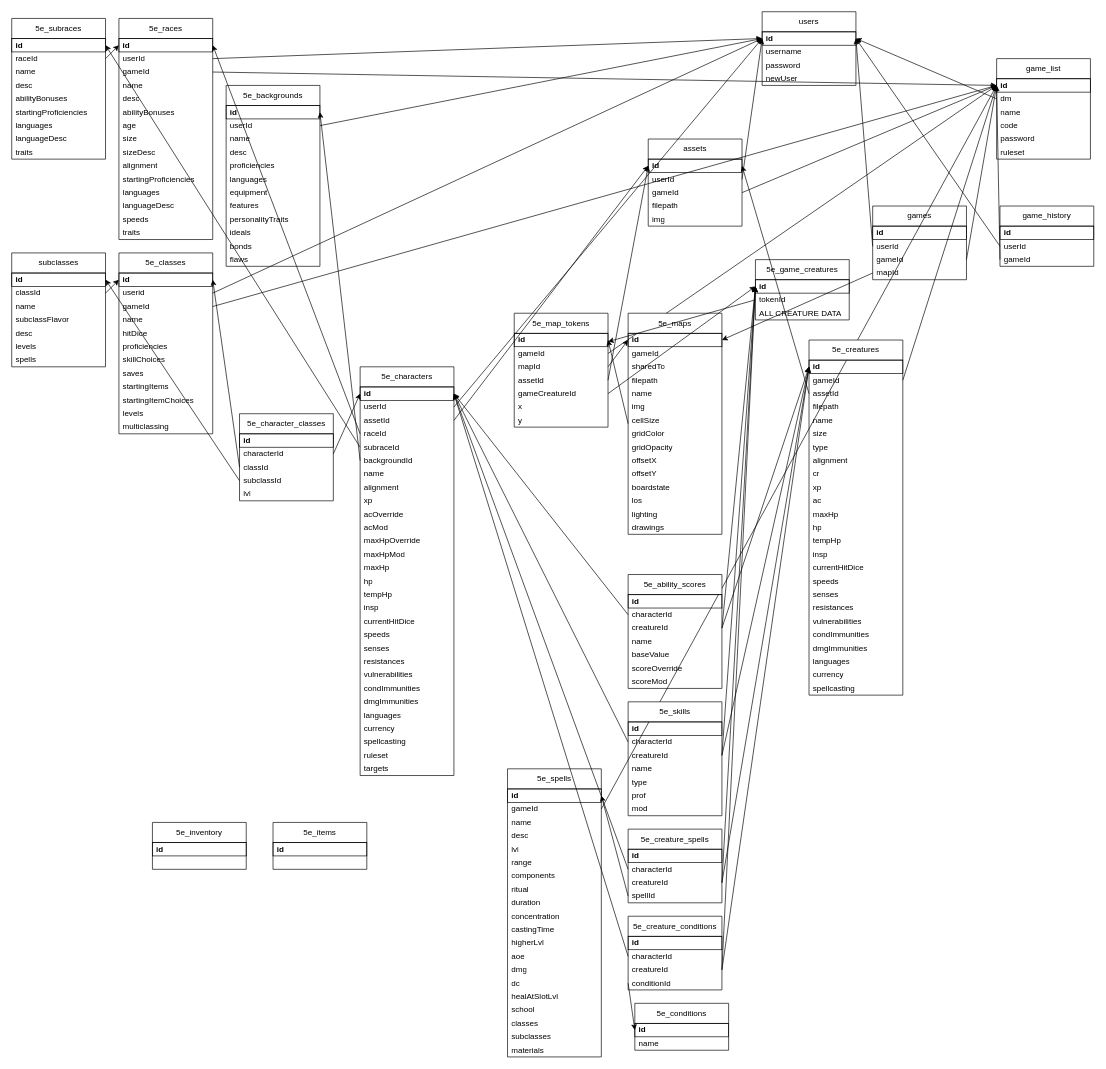
Earlier version of the draw.io diagram db/db.drawio (bsmrdel101/Tabletop-of-Many-Things-Server). Source tidied: cells renumbered, new cells numbered last; positions are measured from the earlier drawing's top-left corner, leaving out a move shared by most shapes. Both pictures are drawn from the tidied source at 67%, with x=0, y=0 at pixel (11, 11).
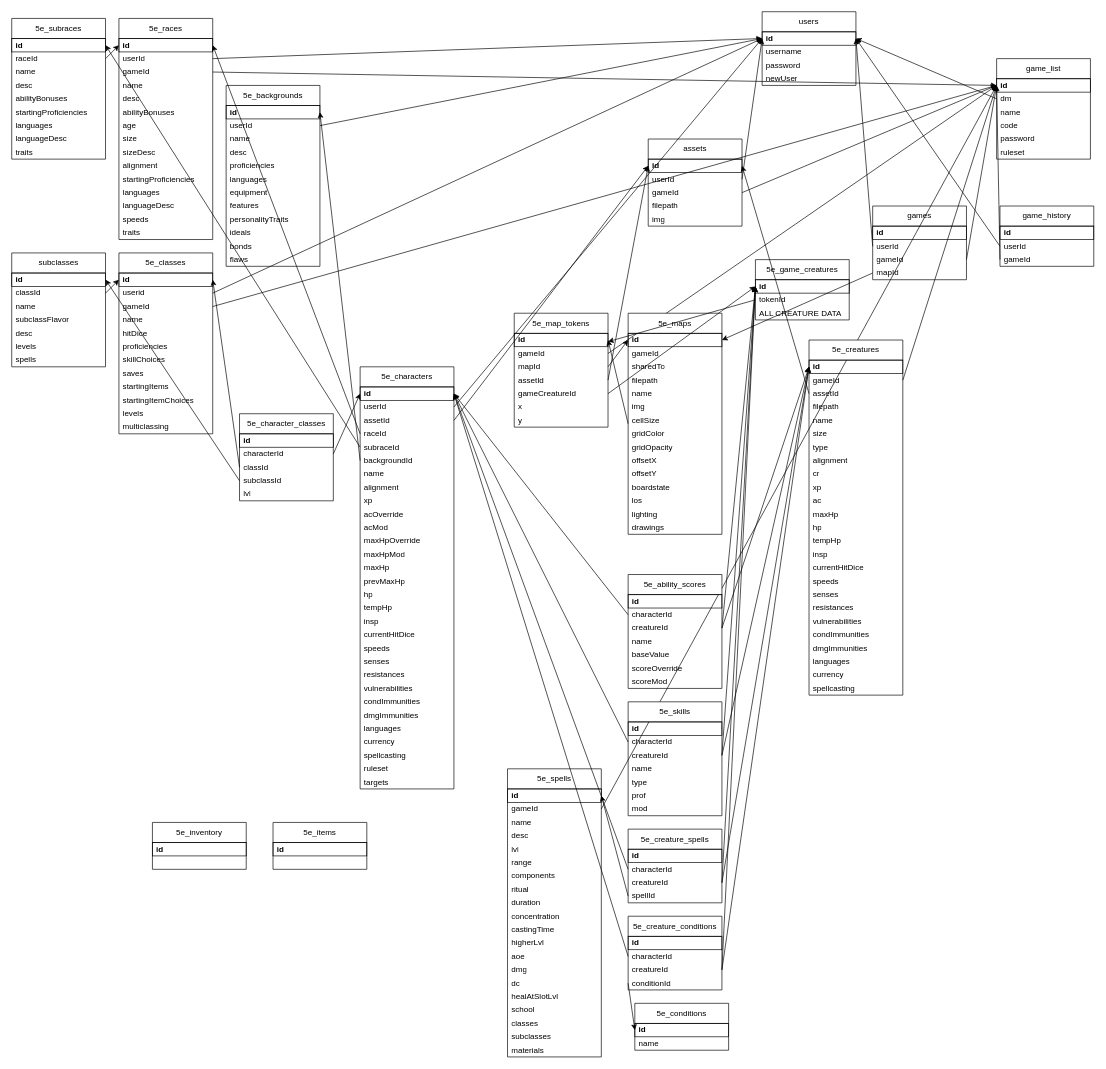
After the change.

Diff of the diagram source:
```diff
@@
     <mxCell id="72" value="5e_characters" style="swimlane;fontStyle=0;horizontal=1;startSize=30;whiteSpace=wrap;html=1;" parent="1" vertex="1">
-      <mxGeometry x="520" y="530" width="140" height="610" as="geometry" />
+      <mxGeometry x="520" y="530" width="140" height="630" as="geometry" />
     </mxCell>
@@
+    <mxCell id="281" value="prevMaxHp" style="text;strokeColor=none;fillColor=none;align=left;verticalAlign=middle;spacingLeft=4;spacingRight=4;overflow=hidden;whiteSpace=wrap;html=1;fontSize=12;spacing=2;" parent="72" vertex="1">
+      <mxGeometry y="310" width="140" height="20" as="geometry" />
+    </mxCell>
     <mxCell id="87" value="hp" style="text;strokeColor=none;fillColor=none;align=left;verticalAlign=middle;spacingLeft=4;spacingRight=4;overflow=hidden;whiteSpace=wrap;html=1;fontSize=12;spacing=2;" parent="72" vertex="1">
-      <mxGeometry y="310" width="140" height="20" as="geometry" />
+      <mxGeometry y="330" width="140" height="20" as="geometry" />
     </mxCell>
     <mxCell id="88" value="tempHp" style="text;strokeColor=none;fillColor=none;align=left;verticalAlign=middle;spacingLeft=4;spacingRight=4;overflow=hidden;whiteSpace=wrap;html=1;fontSize=12;spacing=2;" parent="72" vertex="1">
-      <mxGeometry y="330" width="140" height="20" as="geometry" />
+      <mxGeometry y="350" width="140" height="20" as="geometry" />
     </mxCell>
     <mxCell id="89" value="insp" style="text;strokeColor=none;fillColor=none;align=left;verticalAlign=middle;spacingLeft=4;spacingRight=4;overflow=hidden;whiteSpace=wrap;html=1;fontSize=12;spacing=2;" parent="72" vertex="1">
-      <mxGeometry y="350" width="140" height="20" as="geometry" />
+      <mxGeometry y="370" width="140" height="20" as="geometry" />
     </mxCell>
     <mxCell id="90" value="currentHitDice" style="text;strokeColor=none;fillColor=none;align=left;verticalAlign=middle;spacingLeft=4;spacingRight=4;overflow=hidden;whiteSpace=wrap;html=1;fontSize=12;spacing=2;" parent="72" vertex="1">
-      <mxGeometry y="370" width="140" height="20" as="geometry" />
+      <mxGeometry y="390" width="140" height="20" as="geometry" />
     </mxCell>
     <mxCell id="91" value="speeds" style="text;strokeColor=none;fillColor=none;align=left;verticalAlign=middle;spacingLeft=4;spacingRight=4;overflow=hidden;whiteSpace=wrap;html=1;fontSize=12;spacing=2;" parent="72" vertex="1">
-      <mxGeometry y="390" width="140" height="20" as="geometry" />
+      <mxGeometry y="410" width="140" height="20" as="geometry" />
     </mxCell>
     <mxCell id="92" value="senses" style="text;strokeColor=none;fillColor=none;align=left;verticalAlign=middle;spacingLeft=4;spacingRight=4;overflow=hidden;whiteSpace=wrap;html=1;fontSize=12;spacing=2;" parent="72" vertex="1">
-      <mxGeometry y="410" width="140" height="20" as="geometry" />
+      <mxGeometry y="430" width="140" height="20" as="geometry" />
     </mxCell>
     <mxCell id="93" value="resistances" style="text;strokeColor=none;fillColor=none;align=left;verticalAlign=middle;spacingLeft=4;spacingRight=4;overflow=hidden;whiteSpace=wrap;html=1;fontSize=12;spacing=2;" parent="72" vertex="1">
-      <mxGeometry y="430" width="140" height="20" as="geometry" />
+      <mxGeometry y="450" width="140" height="20" as="geometry" />
     </mxCell>
     <mxCell id="94" value="vulnerabilities" style="text;strokeColor=none;fillColor=none;align=left;verticalAlign=middle;spacingLeft=4;spacingRight=4;overflow=hidden;whiteSpace=wrap;html=1;fontSize=12;spacing=2;" parent="72" vertex="1">
-      <mxGeometry y="450" width="140" height="20" as="geometry" />
+      <mxGeometry y="470" width="140" height="20" as="geometry" />
     </mxCell>
     <mxCell id="95" value="condImmunities" style="text;strokeColor=none;fillColor=none;align=left;verticalAlign=middle;spacingLeft=4;spacingRight=4;overflow=hidden;whiteSpace=wrap;html=1;fontSize=12;spacing=2;" parent="72" vertex="1">
-      <mxGeometry y="470" width="140" height="20" as="geometry" />
+      <mxGeometry y="490" width="140" height="20" as="geometry" />
     </mxCell>
     <mxCell id="96" value="dmgImmunities" style="text;strokeColor=none;fillColor=none;align=left;verticalAlign=middle;spacingLeft=4;spacingRight=4;overflow=hidden;whiteSpace=wrap;html=1;fontSize=12;spacing=2;" parent="72" vertex="1">
-      <mxGeometry y="490" width="140" height="20" as="geometry" />
+      <mxGeometry y="510" width="140" height="20" as="geometry" />
     </mxCell>
     <mxCell id="97" value="languages" style="text;strokeColor=none;fillColor=none;align=left;verticalAlign=middle;spacingLeft=4;spacingRight=4;overflow=hidden;whiteSpace=wrap;html=1;fontSize=12;spacing=2;" parent="72" vertex="1">
-      <mxGeometry y="510" width="140" height="20" as="geometry" />
+      <mxGeometry y="530" width="140" height="20" as="geometry" />
     </mxCell>
     <mxCell id="98" value="currency" style="text;strokeColor=none;fillColor=none;align=left;verticalAlign=middle;spacingLeft=4;spacingRight=4;overflow=hidden;whiteSpace=wrap;html=1;fontSize=12;spacing=2;" parent="72" vertex="1">
-      <mxGeometry y="530" width="140" height="20" as="geometry" />
+      <mxGeometry y="550" width="140" height="20" as="geometry" />
     </mxCell>
     <mxCell id="99" value="spellcasting" style="text;strokeColor=none;fillColor=none;align=left;verticalAlign=middle;spacingLeft=4;spacingRight=4;overflow=hidden;whiteSpace=wrap;html=1;fontSize=12;spacing=2;" parent="72" vertex="1">
-      <mxGeometry y="550" width="140" height="20" as="geometry" />
+      <mxGeometry y="570" width="140" height="20" as="geometry" />
     </mxCell>
     <mxCell id="100" value="ruleset" style="text;strokeColor=none;fillColor=none;align=left;verticalAlign=middle;spacingLeft=4;spacingRight=4;overflow=hidden;whiteSpace=wrap;html=1;fontSize=12;spacing=2;" parent="72" vertex="1">
-      <mxGeometry y="570" width="140" height="20" as="geometry" />
+      <mxGeometry y="590" width="140" height="20" as="geometry" />
     </mxCell>
     <mxCell id="101" value="targets" style="text;strokeColor=none;fillColor=none;align=left;verticalAlign=middle;spacingLeft=4;spacingRight=4;overflow=hidden;whiteSpace=wrap;html=1;fontSize=12;spacing=2;" parent="72" vertex="1">
-      <mxGeometry y="590" width="140" height="20" as="geometry" />
+      <mxGeometry y="610" width="140" height="20" as="geometry" />
     </mxCell>
```
